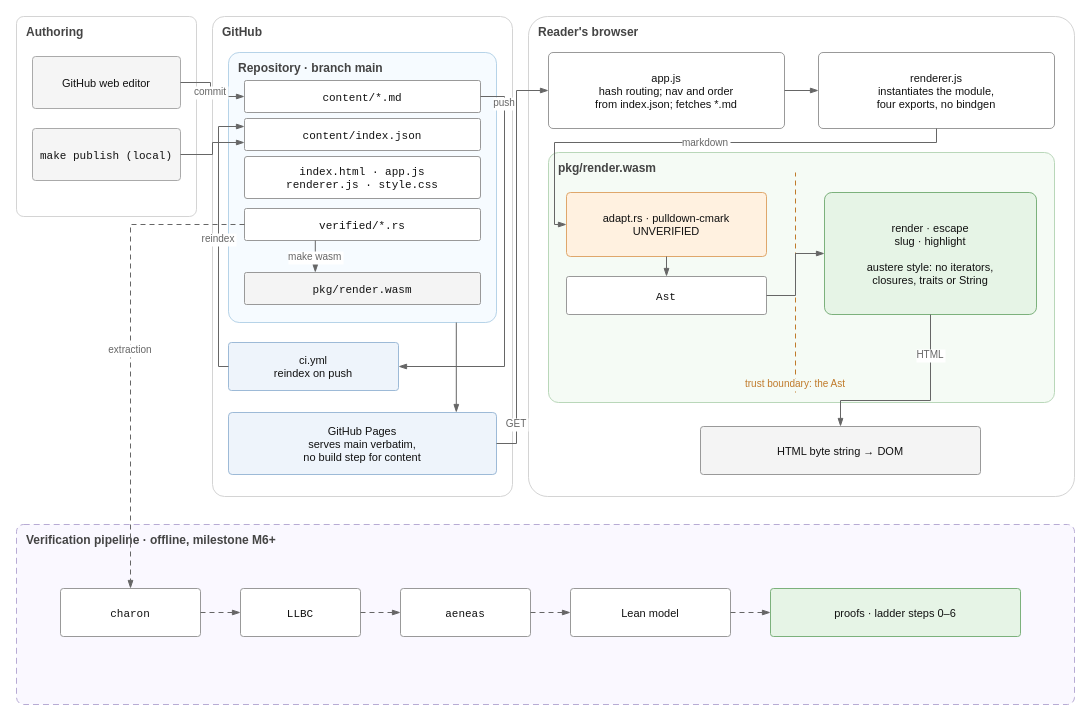
The draw.io diagram figures/architecture.drawio in twaclaw/leaners, before the edit. Source tidied: cells renumbered, new cells numbered last; positions are measured from the earlier drawing's top-left corner, leaving out a move shared by most shapes. Both pictures are drawn from the tidied source at 100%, with x=0, y=0 at pixel (16, 16).
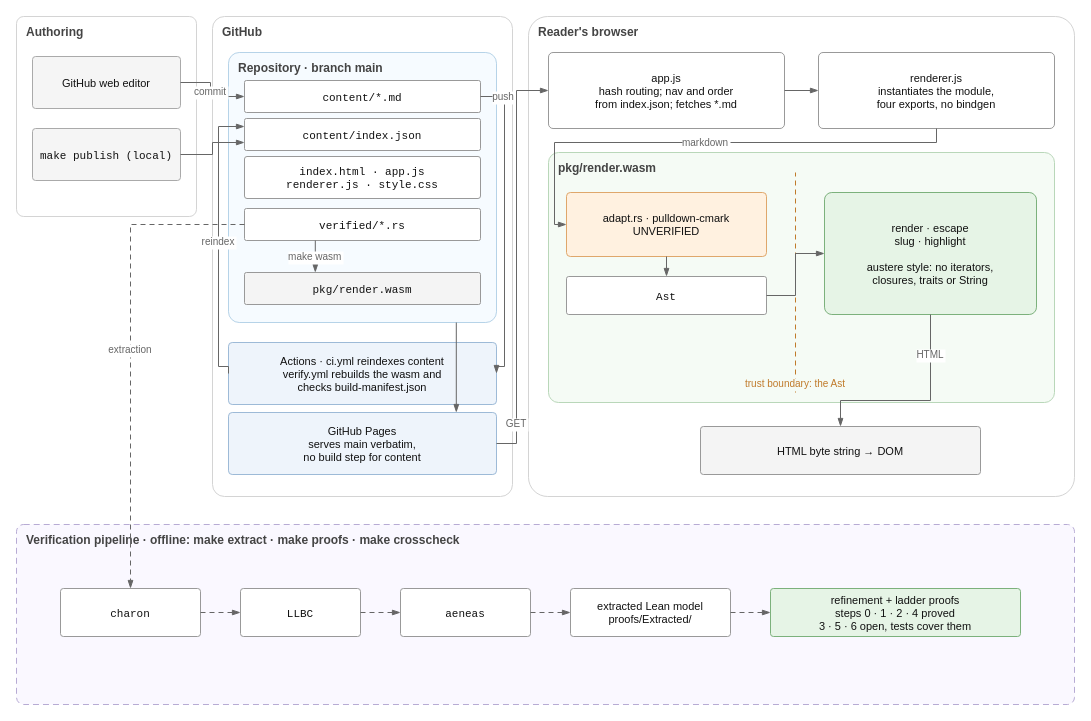
The same diagram, later.

Commit message (it also covers changes not shown here):
Document the verification story

Change to the diagram source:
```diff
@@
-    <mxCell id="7" value="Verification pipeline · offline, milestone M6+" style="rounded=1;arcSize=4;html=0;fillColor=#faf8ff;strokeColor=#b7abd4;dashed=1;dashPattern=6 4;verticalAlign=top;align=left;spacingLeft=8;spacingTop=2;fontSize=12;fontStyle=1;fontColor=#444444;" parent="1" vertex="1">
+    <mxCell id="7" value="Verification pipeline · offline: make extract · make proofs · make crosscheck" style="rounded=1;arcSize=4;html=0;fillColor=#faf8ff;strokeColor=#b7abd4;dashed=1;dashPattern=6 4;verticalAlign=top;align=left;spacingLeft=8;spacingTop=2;fontSize=12;fontStyle=1;fontColor=#444444;" parent="1" vertex="1">
       <mxGeometry y="508" width="1058" height="180" as="geometry" />
     </mxCell>
@@
-    <mxCell id="16" value="ci.yml&#10;reindex on push" style="rounded=1;arcSize=6;html=0;fillColor=#eef4fb;strokeColor=#9dbad7;fontSize=11;fontColor=#111111;" parent="1" vertex="1">
-      <mxGeometry x="212" y="326" width="170" height="48" as="geometry" />
+    <mxCell id="16" value="Actions · ci.yml reindexes content&#10;verify.yml rebuilds the wasm and&#10;checks build-manifest.json" style="rounded=1;arcSize=6;html=0;fillColor=#eef4fb;strokeColor=#9dbad7;fontSize=11;fontColor=#111111;" parent="1" vertex="1">
+      <mxGeometry x="212" y="326" width="268" height="62" as="geometry" />
     </mxCell>
@@
-    <mxCell id="27" value="Lean model" style="rounded=1;arcSize=6;html=0;fillColor=#ffffff;strokeColor=#999999;fontSize=11;fontColor=#111111;" parent="1" vertex="1">
+    <mxCell id="27" value="extracted Lean model&#10;proofs/Extracted/" style="rounded=1;arcSize=6;html=0;fillColor=#ffffff;strokeColor=#999999;fontSize=11;fontColor=#111111;" parent="1" vertex="1">
       <mxGeometry x="554" y="572" width="160" height="48" as="geometry" />
     </mxCell>
-    <mxCell id="28" value="proofs · ladder steps 0–6" style="rounded=1;arcSize=6;html=0;fillColor=#e6f4e6;strokeColor=#7cb17c;fontSize=11;fontColor=#111111;" parent="1" vertex="1">
+    <mxCell id="28" value="refinement + ladder proofs&#10;steps 0 · 1 · 2 · 4 proved&#10;3 · 5 · 6 open, tests cover them" style="rounded=1;arcSize=6;html=0;fillColor=#e6f4e6;strokeColor=#7cb17c;fontSize=11;fontColor=#111111;" parent="1" vertex="1">
       <mxGeometry x="754" y="572" width="250" height="48" as="geometry" />
     </mxCell>
```
